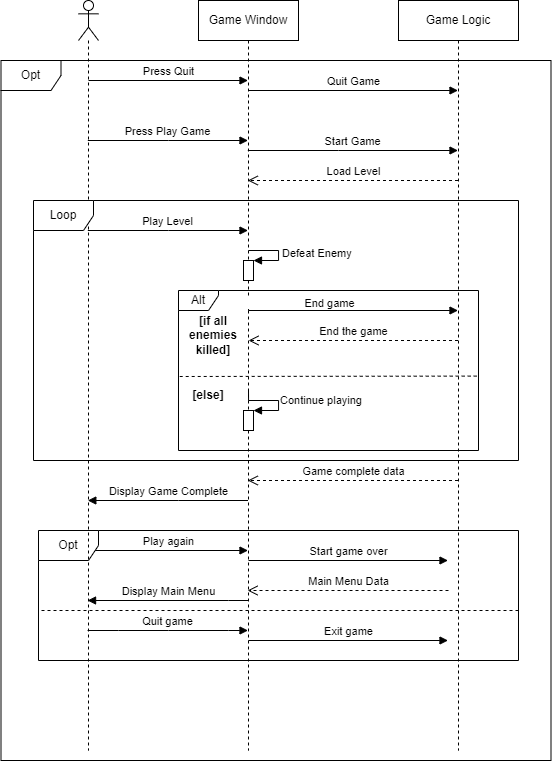
This is sequenceDiagram.png from BillQuain/Tactical_Chicken, a draw.io export, as it was before one commit. Source tidied: cells renumbered, new cells last; positions are measured from the earlier drawing's top-left corner, leaving out a move shared by most shapes.
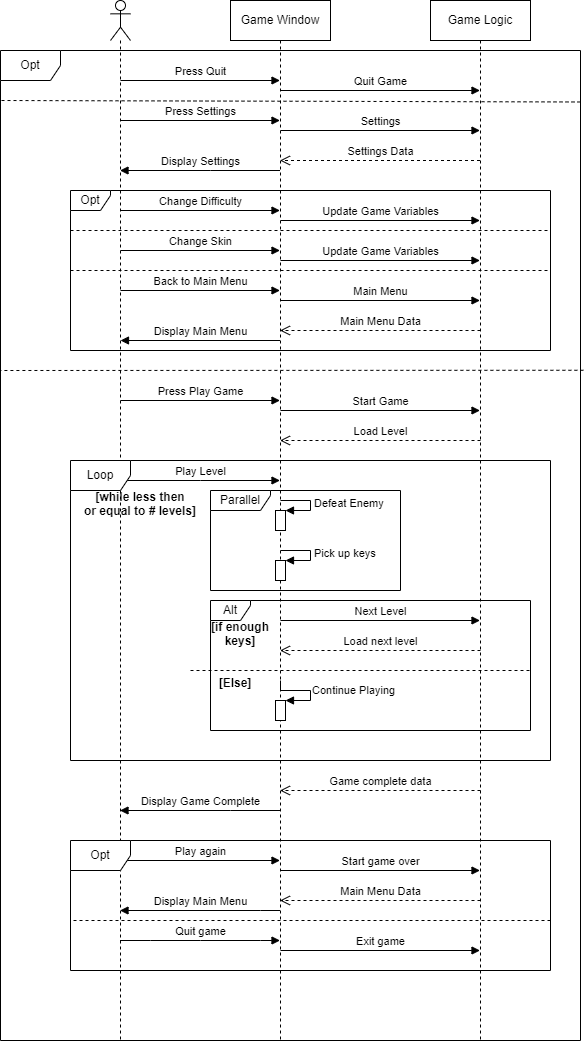
After the change.

What changed in the source:
```diff
@@ -3,189 +3,267 @@
     <mxCell id="0" />
     <mxCell id="1" parent="0" />
     <mxCell id="2" value="Game Window" style="shape=umlLifeline;perimeter=lifelinePerimeter;whiteSpace=wrap;html=1;outlineConnect=0;" parent="1" vertex="1">
-      <mxGeometry x="198" width="100" height="750" as="geometry" />
+      <mxGeometry x="198" width="100" height="1040" as="geometry" />
     </mxCell>
     <mxCell id="3" value="Quit Game" style="html=1;verticalAlign=bottom;endArrow=block;rounded=0;" parent="2" edge="1" target="12">
       <mxGeometry relative="1" as="geometry">
         <mxPoint x="50" y="90" as="sourcePoint" />
       </mxGeometry>
     </mxCell>
+    <mxCell id="35" value="Settings" style="html=1;verticalAlign=bottom;endArrow=block;rounded=0;" parent="2" edge="1" target="12">
+      <mxGeometry relative="1" as="geometry">
+        <mxPoint x="50" y="130" as="sourcePoint" />
+      </mxGeometry>
+    </mxCell>
+    <mxCell id="36" value="Update Game Variables" style="html=1;verticalAlign=bottom;endArrow=block;rounded=0;" parent="2" edge="1" target="12">
+      <mxGeometry relative="1" as="geometry">
+        <mxPoint x="50" y="220" as="sourcePoint" />
+      </mxGeometry>
+    </mxCell>
+    <mxCell id="37" value="Update Game Variables" style="html=1;verticalAlign=bottom;endArrow=block;rounded=0;" parent="2" edge="1" target="12">
+      <mxGeometry relative="1" as="geometry">
+        <mxPoint x="50" y="260" as="sourcePoint" />
+      </mxGeometry>
+    </mxCell>
+    <mxCell id="38" value="Main Menu" style="html=1;verticalAlign=bottom;endArrow=block;rounded=0;" parent="2" edge="1" target="12">
+      <mxGeometry relative="1" as="geometry">
+        <mxPoint x="50" y="300" as="sourcePoint" />
+      </mxGeometry>
+    </mxCell>
+    <mxCell id="28" value="Start Game" style="html=1;verticalAlign=bottom;endArrow=block;rounded=0;" parent="2" edge="1" target="12">
+      <mxGeometry relative="1" as="geometry">
+        <mxPoint x="50" y="410" as="sourcePoint" />
+      </mxGeometry>
+    </mxCell>
     <mxCell id="4" style="html=1;points=[];perimeter=orthogonalPerimeter;" parent="2" vertex="1">
-      <mxGeometry x="45" y="260" width="10" height="20" as="geometry" />
+      <mxGeometry x="45" y="510" width="10" height="20" as="geometry" />
     </mxCell>
-    <mxCell id="5" value="Defeat Enemy" style="edgeStyle=orthogonalEdgeStyle;html=1;align=left;spacingLeft=2;endArrow=block;rounded=0;" parent="2" edge="1">
+    <mxCell id="5" value="Defeat Enemy" style="edgeStyle=orthogonalEdgeStyle;html=1;align=left;spacingLeft=2;endArrow=block;rounded=0;entryX=1;entryY=0;" parent="2" edge="1" target="4">
       <mxGeometry relative="1" as="geometry">
-        <mxPoint x="50" y="250" as="sourcePoint" />
-        <mxPoint x="55" y="260" as="targetPoint" />
+        <mxPoint x="50" y="500" as="sourcePoint" />
         <Array as="points">
-          <mxPoint x="80" y="250" />
-          <mxPoint x="80" y="260" />
-          <mxPoint x="55" y="260" />
+          <mxPoint x="50" y="500" />
+          <mxPoint x="80" y="500" />
+          <mxPoint x="80" y="510" />
         </Array>
       </mxGeometry>
     </mxCell>
-    <mxCell id="6" value="&lt;b&gt;[if all enemies killed]&lt;/b&gt;" style="text;html=1;strokeColor=none;fillColor=none;align=center;verticalAlign=middle;whiteSpace=wrap;rounded=0;" parent="2" vertex="1">
-      <mxGeometry x="-15" y="320" width="60" height="30" as="geometry" />
-    </mxCell>
-    <mxCell id="7" style="endArrow=block;endFill=1;html=1;edgeStyle=orthogonalEdgeStyle;align=left;verticalAlign=top;rounded=0;" parent="2" edge="1" target="12">
-      <mxGeometry x="-1" relative="1" as="geometry">
-        <mxPoint x="50" y="300" as="sourcePoint" />
-        <Array as="points">
-          <mxPoint x="50" y="310" />
-        </Array>
-      </mxGeometry>
-    </mxCell>
-    <mxCell id="8" value="End game" style="edgeLabel;html=1;align=center;verticalAlign=middle;" parent="7" vertex="1">
-      <mxGeometry x="-0.89" y="8" relative="1" as="geometry">
-        <mxPoint x="79" as="offset" />
-      </mxGeometry>
-    </mxCell>
-    <mxCell id="9" value="&amp;nbsp;" style="edgeLabel;html=1;align=center;verticalAlign=middle;" parent="7" vertex="1">
-      <mxGeometry x="-0.9" y="9" relative="1" as="geometry" />
-    </mxCell>
-    <mxCell id="10" style="html=1;points=[];perimeter=orthogonalPerimeter;outlineConnect=0;targetShapes=umlLifeline;portConstraint=eastwest;newEdgeStyle={&quot;edgeStyle&quot;:&quot;elbowEdgeStyle&quot;,&quot;elbow&quot;:&quot;vertical&quot;,&quot;curved&quot;:0,&quot;rounded&quot;:0};" parent="2" vertex="1">
-      <mxGeometry x="45" y="410" width="10" height="20" as="geometry" />
-    </mxCell>
-    <mxCell id="11" value="Continue playing" style="html=1;align=left;spacingLeft=2;endArrow=block;rounded=0;edgeStyle=orthogonalEdgeStyle;curved=0;rounded=0;" parent="2" edge="1" target="10">
-      <mxGeometry relative="1" as="geometry">
-        <mxPoint x="50" y="390" as="sourcePoint" />
-        <Array as="points">
-          <mxPoint x="50" y="400" />
-          <mxPoint x="80" y="400" />
-          <mxPoint x="80" y="410" />
-        </Array>
-      </mxGeometry>
-    </mxCell>
-    <mxCell id="12" value="Game Logic" style="shape=umlLifeline;perimeter=lifelinePerimeter;whiteSpace=wrap;html=1;outlineConnect=0;" parent="1" vertex="1">
-      <mxGeometry x="398" width="120" height="750" as="geometry" />
-    </mxCell>
+    <mxCell id="39" style="html=1;points=[];perimeter=orthogonalPerimeter;" parent="2" vertex="1">
+      <mxGeometry x="45" y="560" width="10" height="20" as="geometry" />
+    </mxCell>
+    <mxCell id="40" value="Pick up keys" style="edgeStyle=orthogonalEdgeStyle;html=1;align=left;spacingLeft=2;endArrow=block;rounded=0;entryX=1;entryY=0;" parent="2" edge="1" target="39">
+      <mxGeometry relative="1" as="geometry">
+        <mxPoint x="50" y="550" as="sourcePoint" />
+        <Array as="points">
+          <mxPoint x="80" y="550" />
+          <mxPoint x="80" y="560" />
+        </Array>
+      </mxGeometry>
+    </mxCell>
+    <mxCell id="41" value="Next Level" style="html=1;verticalAlign=bottom;endArrow=block;rounded=0;" parent="2" edge="1" target="12">
+      <mxGeometry relative="1" as="geometry">
+        <mxPoint x="50" y="620" as="sourcePoint" />
+      </mxGeometry>
+    </mxCell>
+    <mxCell id="42" style="html=1;points=[];perimeter=orthogonalPerimeter;" parent="2" vertex="1">
+      <mxGeometry x="45" y="700" width="10" height="20" as="geometry" />
+    </mxCell>
+    <mxCell id="43" value="Continue Playing" style="edgeStyle=orthogonalEdgeStyle;html=1;align=left;spacingLeft=2;endArrow=block;rounded=0;entryX=1;entryY=0;" parent="2" edge="1" target="42">
+      <mxGeometry relative="1" as="geometry">
+        <mxPoint x="50" y="680" as="sourcePoint" />
+        <Array as="points">
+          <mxPoint x="50" y="690" />
+          <mxPoint x="80" y="690" />
+          <mxPoint x="80" y="700" />
+        </Array>
+      </mxGeometry>
+    </mxCell>
-    <mxCell id="13" value="Start game over" style="html=1;verticalAlign=bottom;endArrow=block;rounded=0;" parent="12" edge="1">
+    <mxCell id="13" value="Start game over" style="html=1;verticalAlign=bottom;endArrow=block;rounded=0;" parent="2" edge="1" target="12">
       <mxGeometry relative="1" as="geometry">
-        <mxPoint x="-150" y="560" as="sourcePoint" />
-        <mxPoint x="49.5" y="560" as="targetPoint" />
+        <mxPoint x="50" y="870" as="sourcePoint" />
       </mxGeometry>
     </mxCell>
-    <mxCell id="14" value="Exit game" style="html=1;verticalAlign=bottom;endArrow=block;rounded=0;" parent="12" edge="1">
+    <mxCell id="14" value="Exit game" style="html=1;verticalAlign=bottom;endArrow=block;rounded=0;" parent="2" edge="1" target="12">
       <mxGeometry relative="1" as="geometry">
-        <mxPoint x="-150" y="640" as="sourcePoint" />
-        <mxPoint x="49.5" y="640" as="targetPoint" />
+        <mxPoint x="50" y="950" as="sourcePoint" />
       </mxGeometry>
     </mxCell>
+    <mxCell id="12" value="Game Logic" style="shape=umlLifeline;perimeter=lifelinePerimeter;whiteSpace=wrap;html=1;outlineConnect=0;" parent="1" vertex="1">
+      <mxGeometry x="398" width="100" height="1040" as="geometry" />
+    </mxCell>
+    <mxCell id="21" style="shape=umlLifeline;participant=umlActor;perimeter=lifelinePerimeter;whiteSpace=wrap;html=1;verticalAlign=top;spacingTop=36;outlineConnect=0;" parent="1" vertex="1">
+      <mxGeometry x="78" width="20" height="1040" as="geometry" />
+    </mxCell>
+    <mxCell id="22" value="Press Quit" style="html=1;verticalAlign=bottom;endArrow=block;rounded=0;" parent="21" edge="1" target="2">
+      <mxGeometry relative="1" as="geometry">
+        <mxPoint x="10" y="80" as="sourcePoint" />
+      </mxGeometry>
+    </mxCell>
+    <mxCell id="44" value="Press Settings" style="html=1;verticalAlign=bottom;endArrow=block;rounded=0;" parent="21" edge="1" target="2">
+      <mxGeometry relative="1" as="geometry">
+        <mxPoint x="10" y="120" as="sourcePoint" />
+      </mxGeometry>
+    </mxCell>
+    <mxCell id="45" value="Change Difficulty" style="html=1;verticalAlign=bottom;endArrow=block;rounded=0;" parent="21" edge="1" target="2">
+      <mxGeometry relative="1" as="geometry">
+        <mxPoint x="10" y="210" as="sourcePoint" />
+      </mxGeometry>
+    </mxCell>
+    <mxCell id="46" value="Change Skin" style="html=1;verticalAlign=bottom;endArrow=block;rounded=0;" parent="21" edge="1" target="2">
+      <mxGeometry relative="1" as="geometry">
+        <mxPoint x="10" y="250" as="sourcePoint" />
+      </mxGeometry>
+    </mxCell>
+    <mxCell id="47" value="Back to Main Menu" style="html=1;verticalAlign=bottom;endArrow=block;rounded=0;" parent="21" edge="1" target="2">
+      <mxGeometry relative="1" as="geometry">
+        <mxPoint x="10" y="290" as="sourcePoint" />
+      </mxGeometry>
+    </mxCell>
+    <mxCell id="48" style="endArrow=none;dashed=1;html=1;rounded=0;" parent="21" edge="1">
+      <mxGeometry relative="1" as="geometry">
+        <mxPoint x="-40" y="230" as="sourcePoint" />
+        <mxPoint x="440" y="230" as="targetPoint" />
+      </mxGeometry>
+    </mxCell>
+    <mxCell id="27" value="Press Play Game" style="html=1;verticalAlign=bottom;endArrow=block;rounded=0;" parent="21" edge="1" target="2">
+      <mxGeometry relative="1" as="geometry">
+        <mxPoint x="10" y="400" as="sourcePoint" />
+      </mxGeometry>
+    </mxCell>
-    <mxCell id="15" value="Play again" style="html=1;verticalAlign=bottom;endArrow=block;rounded=0;" parent="12" edge="1">
+    <mxCell id="15" value="Play again" style="html=1;verticalAlign=bottom;endArrow=block;rounded=0;" parent="21" edge="1" target="2">
       <mxGeometry relative="1" as="geometry">
-        <mxPoint x="-310" y="550" as="sourcePoint" />
-        <mxPoint x="-150.5" y="550" as="targetPoint" />
+        <mxPoint x="10" y="860" as="sourcePoint" />
       </mxGeometry>
     </mxCell>
+    <mxCell id="49" value="Settings Data" style="html=1;verticalAlign=bottom;endArrow=open;dashed=1;endSize=8;rounded=0;" parent="1" edge="1" source="12" target="2">
+      <mxGeometry relative="1" as="geometry">
+        <Array as="points">
+          <mxPoint x="418" y="160" />
+          <mxPoint x="358" y="160" />
+        </Array>
+      </mxGeometry>
+    </mxCell>
+    <mxCell id="50" value="Display Settings" style="html=1;verticalAlign=bottom;endArrow=block;rounded=0;" parent="1" edge="1" source="2" target="21">
+      <mxGeometry relative="1" as="geometry">
+        <Array as="points">
+          <mxPoint x="178" y="170" />
+        </Array>
+      </mxGeometry>
+    </mxCell>
+    <mxCell id="51" value="Main Menu Data" style="html=1;verticalAlign=bottom;endArrow=open;dashed=1;endSize=8;rounded=0;" parent="1" edge="1" target="2">
+      <mxGeometry relative="1" as="geometry">
+        <mxPoint x="448" y="330" as="sourcePoint" />
+      </mxGeometry>
+    </mxCell>
+    <mxCell id="52" value="Display Main Menu" style="html=1;verticalAlign=bottom;endArrow=block;rounded=0;" parent="1" edge="1" source="2">
+      <mxGeometry relative="1" as="geometry">
+        <mxPoint x="88" y="340" as="targetPoint" />
+      </mxGeometry>
+    </mxCell>
+    <mxCell id="53" style="endArrow=none;dashed=1;html=1;rounded=0;" parent="1" edge="1">
+      <mxGeometry relative="1" as="geometry">
+        <mxPoint x="38" y="270" as="sourcePoint" />
+        <mxPoint x="518" y="270" as="targetPoint" />
+      </mxGeometry>
+    </mxCell>
+    <mxCell id="54" value="Opt" style="shape=umlFrame;whiteSpace=wrap;html=1;width=40;height=20;" parent="1" vertex="1">
+      <mxGeometry x="38" y="190" width="480" height="160" as="geometry" />
+    </mxCell>
+    <mxCell id="23" value="Load Level" style="html=1;verticalAlign=bottom;endArrow=open;dashed=1;endSize=8;rounded=0;" parent="1" edge="1" target="2">
+      <mxGeometry relative="1" as="geometry">
+        <mxPoint x="448" y="440" as="sourcePoint" />
+      </mxGeometry>
+    </mxCell>
+    <mxCell id="24" value="Play Level" style="html=1;verticalAlign=bottom;endArrow=block;rounded=0;" parent="1" edge="1" source="21" target="2">
+      <mxGeometry relative="1" as="geometry">
+        <Array as="points">
+          <mxPoint x="168" y="480" />
+        </Array>
+      </mxGeometry>
+    </mxCell>
+    <mxCell id="55" value="Parallel" style="shape=umlFrame;whiteSpace=wrap;html=1;width=60;height=20;" parent="1" vertex="1">
+      <mxGeometry x="178" y="490" width="190" height="100" as="geometry" />
+    </mxCell>
+    <mxCell id="56" value="Load next level" style="html=1;verticalAlign=bottom;endArrow=open;dashed=1;endSize=8;rounded=0;" parent="1" edge="1" target="2">
+      <mxGeometry relative="1" as="geometry">
+        <mxPoint x="448" y="650" as="sourcePoint" />
+      </mxGeometry>
+    </mxCell>
+    <mxCell id="57" style="endArrow=none;dashed=1;html=1;rounded=0;" parent="1" edge="1">
+      <mxGeometry relative="1" as="geometry">
+        <mxPoint x="158" y="670" as="sourcePoint" />
+        <mxPoint x="498" y="670" as="targetPoint" />
+      </mxGeometry>
+    </mxCell>
+    <mxCell id="29" value="Alt" style="shape=umlFrame;whiteSpace=wrap;html=1;width=40;height=20;" parent="1" vertex="1">
+      <mxGeometry x="178" y="600" width="320" height="130" as="geometry" />
+    </mxCell>
+    <mxCell id="58" value="[if enough&#10;keys]" style="text;align=center;fontStyle=1;verticalAlign=middle;spacingLeft=3;spacingRight=3;strokeColor=none;" parent="1" vertex="1">
+      <mxGeometry x="168" y="620" width="80" height="26" as="geometry" />
+    </mxCell>
+    <mxCell id="59" value="[Else]" style="text;align=center;fontStyle=1;verticalAlign=middle;spacingLeft=3;spacingRight=3;strokeColor=none;" parent="1" vertex="1">
+      <mxGeometry x="178" y="674" width="50" height="16" as="geometry" />
+    </mxCell>
+    <mxCell id="30" value="Loop" style="shape=umlFrame;whiteSpace=wrap;html=1;" parent="1" vertex="1">
+      <mxGeometry x="38" y="460" width="480" height="300" as="geometry" />
+    </mxCell>
+    <mxCell id="60" value="[while less then&#10;or equal to # levels]" style="text;align=center;fontStyle=1;verticalAlign=middle;spacingLeft=3;spacingRight=3;strokeColor=none;" parent="1" vertex="1">
+      <mxGeometry x="68" y="490" width="80" height="26" as="geometry" />
+    </mxCell>
+    <mxCell id="25" value="Game complete data" style="html=1;verticalAlign=bottom;endArrow=open;dashed=1;endSize=8;rounded=0;" parent="1" edge="1" target="2">
+      <mxGeometry relative="1" as="geometry">
+        <mxPoint x="448" y="790" as="sourcePoint" />
+      </mxGeometry>
+    </mxCell>
+    <mxCell id="26" value="Display Game Complete" style="html=1;verticalAlign=bottom;endArrow=block;rounded=0;" parent="1" edge="1" source="2" target="21">
+      <mxGeometry relative="1" as="geometry">
+        <Array as="points">
+          <mxPoint x="198" y="810" />
+        </Array>
+      </mxGeometry>
+    </mxCell>
-    <mxCell id="16" value="Main Menu Data" style="html=1;verticalAlign=bottom;endArrow=open;dashed=1;endSize=8;rounded=0;" parent="12" edge="1">
+    <mxCell id="16" value="Main Menu Data" style="html=1;verticalAlign=bottom;endArrow=open;dashed=1;endSize=8;rounded=0;" parent="1" edge="1" target="2">
       <mxGeometry relative="1" as="geometry">
-        <mxPoint x="50" y="590" as="sourcePoint" />
-        <mxPoint x="-150.9" y="590" as="targetPoint" />
+        <mxPoint x="448" y="900" as="sourcePoint" />
       </mxGeometry>
     </mxCell>
-    <mxCell id="17" value="Quit game" style="html=1;verticalAlign=bottom;endArrow=block;rounded=0;" parent="12" edge="1">
+    <mxCell id="17" value="Quit game" style="html=1;verticalAlign=bottom;endArrow=block;rounded=0;" parent="1" edge="1" source="21" target="2">
       <mxGeometry relative="1" as="geometry">
-        <mxPoint x="-310.9" y="630" as="sourcePoint" />
-        <mxPoint x="-150.5" y="630" as="targetPoint" />
         <Array as="points">
-          <mxPoint x="-280" y="630" />
-          <mxPoint x="-230" y="630" />
-          <mxPoint x="-170" y="630" />
+          <mxPoint x="118" y="940" />
+          <mxPoint x="168" y="940" />
+          <mxPoint x="228" y="940" />
         </Array>
       </mxGeometry>
     </mxCell>
-    <mxCell id="18" style="endArrow=none;dashed=1;html=1;rounded=0;" parent="12" edge="1">
+    <mxCell id="18" style="endArrow=none;dashed=1;html=1;rounded=0;" parent="1" edge="1">
       <mxGeometry relative="1" as="geometry">
-        <mxPoint x="120" y="610" as="sourcePoint" />
-        <mxPoint x="-360" y="610" as="targetPoint" />
+        <mxPoint x="518" y="920" as="sourcePoint" />
+        <mxPoint x="38" y="920" as="targetPoint" />
       </mxGeometry>
     </mxCell>
-    <mxCell id="19" value="Display Main Menu" style="html=1;verticalAlign=bottom;endArrow=block;rounded=0;" parent="12" edge="1">
+    <mxCell id="19" value="Display Main Menu" style="html=1;verticalAlign=bottom;endArrow=block;rounded=0;" parent="1" edge="1" source="2" target="21">
       <mxGeometry relative="1" as="geometry">
-        <mxPoint x="-150.5" y="600" as="sourcePoint" />
-        <mxPoint x="-310.9" y="600" as="targetPoint" />
         <Array as="points">
-          <mxPoint x="-170" y="600" />
+          <mxPoint x="228" y="910" />
         </Array>
       </mxGeometry>
     </mxCell>
-    <mxCell id="20" value="Opt" style="shape=umlFrame;whiteSpace=wrap;html=1;" parent="12" vertex="1">
-      <mxGeometry x="-360" y="530" width="480" height="130" as="geometry" />
+    <mxCell id="20" value="Opt" style="shape=umlFrame;whiteSpace=wrap;html=1;" parent="1" vertex="1">
+      <mxGeometry x="38" y="840" width="480" height="130" as="geometry" />
     </mxCell>
-    <mxCell id="21" style="shape=umlLifeline;participant=umlActor;perimeter=lifelinePerimeter;whiteSpace=wrap;html=1;verticalAlign=top;spacingTop=36;outlineConnect=0;" parent="1" vertex="1">
-      <mxGeometry x="78" width="20" height="750" as="geometry" />
-    </mxCell>
-    <mxCell id="22" value="Press Quit" style="html=1;verticalAlign=bottom;endArrow=block;rounded=0;" parent="21" edge="1" target="2">
-      <mxGeometry relative="1" as="geometry">
-        <mxPoint x="10" y="80" as="sourcePoint" />
-      </mxGeometry>
-    </mxCell>
-    <mxCell id="23" value="Load Level" style="html=1;verticalAlign=bottom;endArrow=open;dashed=1;endSize=8;rounded=0;" parent="1" edge="1" source="12" target="2">
-      <mxGeometry relative="1" as="geometry">
-        <Array as="points">
-          <mxPoint x="358" y="180" />
-        </Array>
-      </mxGeometry>
-    </mxCell>
-    <mxCell id="24" value="Play Level" style="html=1;verticalAlign=bottom;endArrow=block;rounded=0;" parent="1" edge="1" source="21" target="2">
-      <mxGeometry relative="1" as="geometry">
-        <Array as="points">
-          <mxPoint x="168" y="230" />
-        </Array>
-      </mxGeometry>
-    </mxCell>
-    <mxCell id="25" value="Game complete data" style="html=1;verticalAlign=bottom;endArrow=open;dashed=1;endSize=8;rounded=0;" parent="1" edge="1" source="12" target="2">
-      <mxGeometry relative="1" as="geometry">
-        <Array as="points">
-          <mxPoint x="398" y="480" />
-          <mxPoint x="298" y="480" />
-        </Array>
-      </mxGeometry>
-    </mxCell>
-    <mxCell id="26" value="Display Game Complete" style="html=1;verticalAlign=bottom;endArrow=block;rounded=0;" parent="1" edge="1" source="2" target="21">
-      <mxGeometry relative="1" as="geometry">
-        <Array as="points">
-          <mxPoint x="178" y="500" />
-        </Array>
-      </mxGeometry>
-    </mxCell>
-    <mxCell id="27" value="Press Play Game" style="html=1;verticalAlign=bottom;endArrow=block;rounded=0;" parent="1" edge="1" source="21" target="2">
-      <mxGeometry relative="1" as="geometry">
-        <Array as="points">
-          <mxPoint x="168" y="140" />
-        </Array>
-      </mxGeometry>
-    </mxCell>
-    <mxCell id="28" value="Start Game" style="html=1;verticalAlign=bottom;endArrow=block;rounded=0;" parent="1" edge="1" source="2" target="12">
-      <mxGeometry relative="1" as="geometry">
-        <Array as="points">
-          <mxPoint x="338" y="150" />
-        </Array>
-      </mxGeometry>
-    </mxCell>
-    <mxCell id="29" value="Alt" style="shape=umlFrame;whiteSpace=wrap;html=1;width=40;height=20;" parent="1" vertex="1">
-      <mxGeometry x="178" y="290" width="300" height="160" as="geometry" />
-    </mxCell>
-    <mxCell id="30" value="Loop" style="shape=umlFrame;whiteSpace=wrap;html=1;" parent="1" vertex="1">
-      <mxGeometry x="33" y="200" width="485" height="260" as="geometry" />
-    </mxCell>
-    <mxCell id="31" value="[else]" style="text;html=1;strokeColor=none;fillColor=none;align=center;verticalAlign=middle;whiteSpace=wrap;rounded=0;fontStyle=1;" parent="1" vertex="1">
-      <mxGeometry x="178" y="380" width="60" height="30" as="geometry" />
-    </mxCell>
-    <mxCell id="32" value="End the game" style="html=1;verticalAlign=bottom;endArrow=open;dashed=1;endSize=8;edgeStyle=elbowEdgeStyle;elbow=vertical;curved=0;rounded=0;entryX=1.084;entryY=0.641;entryDx=0;entryDy=0;entryPerimeter=0;" parent="1" edge="1" source="12" target="6">
-      <mxGeometry relative="1" as="geometry">
-        <Array as="points">
-          <mxPoint x="338" y="340" />
-        </Array>
-      </mxGeometry>
-    </mxCell>
     <mxCell id="33" value="Opt" style="shape=umlFrame;whiteSpace=wrap;html=1;" parent="1" vertex="1">
-      <mxGeometry x="0.5" y="60" width="550" height="700" as="geometry" />
+      <mxGeometry x="-32" y="50" width="580" height="990" as="geometry" />
     </mxCell>
-    <mxCell id="34" style="endArrow=none;dashed=1;html=1;rounded=0;exitX=0.994;exitY=0.535;exitDx=0;exitDy=0;exitPerimeter=0;" parent="1" edge="1" source="29">
-      <mxGeometry relative="1" as="geometry">
-        <mxPoint x="178" y="376" as="targetPoint" />
-      </mxGeometry>
-    </mxCell>
+    <mxCell id="61" style="endArrow=none;dashed=1;html=1;rounded=0;exitX=1;exitY=0.052;exitDx=0;exitDy=0;exitPerimeter=0;" parent="1" edge="1" source="33">
+      <mxGeometry relative="1" as="geometry">
+        <mxPoint x="-32" y="100" as="targetPoint" />
+      </mxGeometry>
+    </mxCell>
+    <mxCell id="62" style="endArrow=none;dashed=1;html=1;rounded=0;exitX=1.005;exitY=0.323;exitDx=0;exitDy=0;exitPerimeter=0;" parent="1" edge="1" source="33">
+      <mxGeometry relative="1" as="geometry">
+        <mxPoint x="-32" y="370" as="targetPoint" />
+      </mxGeometry>
+    </mxCell>
   </root>
 </mxGraphModel>
```
